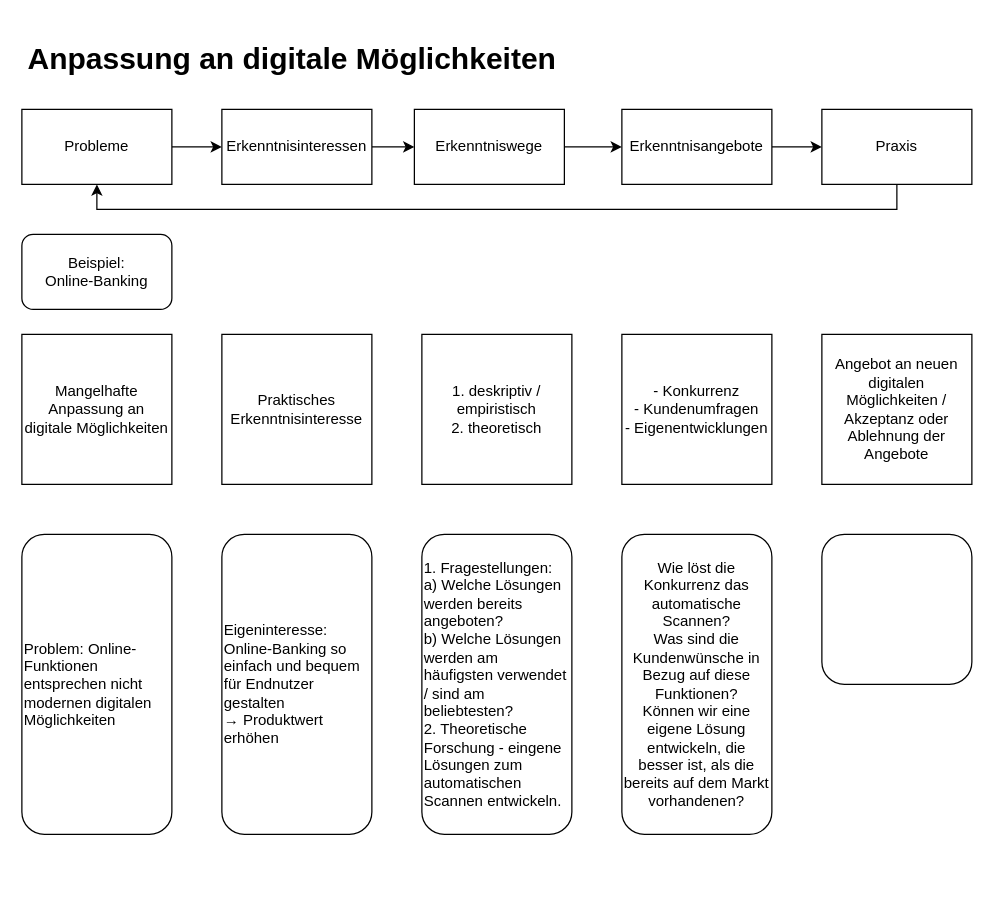
Before: Unbenanntes Diagramm.drawio in martinbro2021/diagrams, a draw.io diagram. Source tidied: cells renumbered, new cells numbered last; positions are measured from the earlier drawing's top-left corner, leaving out a move shared by most shapes. Both pictures are drawn from the tidied source at 125%, with x=0, y=0 at pixel (21, 34).
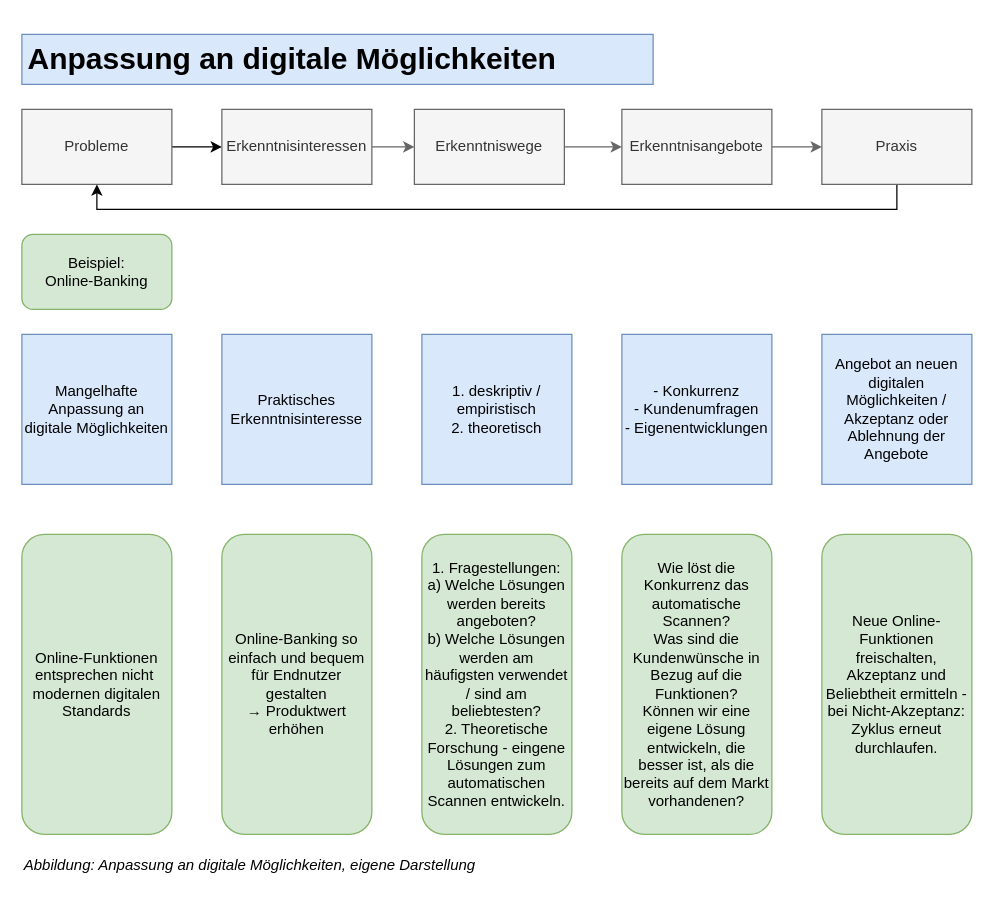
Above is the later version.

The edit, as a diff of the source:
```diff
@@
-    <mxCell id="3" value="Probleme" style="rounded=0;whiteSpace=wrap;html=1;" parent="1" vertex="1">
+    <mxCell id="3" value="Probleme" style="rounded=0;whiteSpace=wrap;html=1;fillColor=#f5f5f5;fontColor=#333333;strokeColor=#666666;" parent="1" vertex="1">
       <mxGeometry y="60" width="120" height="60" as="geometry" />
     </mxCell>
-    <mxCell id="4" style="edgeStyle=orthogonalEdgeStyle;rounded=0;jettySize=auto;html=1;" parent="1" edge="1" source="5" target="11">
+    <mxCell id="4" style="edgeStyle=orthogonalEdgeStyle;rounded=0;jettySize=auto;html=1;fillColor=#f5f5f5;strokeColor=#666666;" parent="1" edge="1" source="5" target="11">
       <mxGeometry relative="1" as="geometry" />
     </mxCell>
-    <mxCell id="5" value="Erkenntnisinteressen" style="rounded=0;whiteSpace=wrap;html=1;" parent="1" vertex="1">
+    <mxCell id="5" value="Erkenntnisinteressen" style="rounded=0;whiteSpace=wrap;html=1;fillColor=#f5f5f5;fontColor=#333333;strokeColor=#666666;" parent="1" vertex="1">
       <mxGeometry x="160" y="60" width="120" height="60" as="geometry" />
     </mxCell>
@@
-    <mxCell id="7" value="Praxis" style="rounded=0;whiteSpace=wrap;html=1;" parent="1" vertex="1">
+    <mxCell id="7" value="Praxis" style="rounded=0;whiteSpace=wrap;html=1;fillColor=#f5f5f5;fontColor=#333333;strokeColor=#666666;" parent="1" vertex="1">
       <mxGeometry x="640" y="60" width="120" height="60" as="geometry" />
     </mxCell>
-    <mxCell id="8" style="edgeStyle=orthogonalEdgeStyle;rounded=0;jettySize=auto;html=1;" parent="1" edge="1" source="9" target="7">
+    <mxCell id="8" style="edgeStyle=orthogonalEdgeStyle;rounded=0;jettySize=auto;html=1;fillColor=#f5f5f5;strokeColor=#666666;" parent="1" edge="1" source="9" target="7">
       <mxGeometry relative="1" as="geometry" />
     </mxCell>
-    <mxCell id="9" value="Erkenntnisangebote" style="rounded=0;whiteSpace=wrap;html=1;" parent="1" vertex="1">
+    <mxCell id="9" value="Erkenntnisangebote" style="rounded=0;whiteSpace=wrap;html=1;fillColor=#f5f5f5;fontColor=#333333;strokeColor=#666666;" parent="1" vertex="1">
       <mxGeometry x="480" y="60" width="120" height="60" as="geometry" />
     </mxCell>
-    <mxCell id="10" style="edgeStyle=orthogonalEdgeStyle;rounded=0;jettySize=auto;html=1;" parent="1" edge="1" source="11" target="9">
+    <mxCell id="10" style="edgeStyle=orthogonalEdgeStyle;rounded=0;jettySize=auto;html=1;fillColor=#f5f5f5;strokeColor=#666666;" parent="1" edge="1" source="11" target="9">
       <mxGeometry relative="1" as="geometry" />
     </mxCell>
-    <mxCell id="11" value="Erkenntniswege" style="rounded=0;whiteSpace=wrap;html=1;" parent="1" vertex="1">
+    <mxCell id="11" value="Erkenntniswege" style="rounded=0;whiteSpace=wrap;html=1;fillColor=#f5f5f5;fontColor=#333333;strokeColor=#666666;" parent="1" vertex="1">
       <mxGeometry x="314" y="60" width="120" height="60" as="geometry" />
     </mxCell>
-    <mxCell id="12" value="&lt;div style=&quot;&quot;&gt;&lt;span style=&quot;background-color: initial;&quot;&gt;Mangelhafte Anpassung an digitale Möglichkeiten&lt;/span&gt;&lt;/div&gt;" style="whiteSpace=wrap;html=1;align=center;" parent="1" vertex="1">
+    <mxCell id="12" value="&lt;div style=&quot;&quot;&gt;&lt;span style=&quot;background-color: initial;&quot;&gt;Mangelhafte Anpassung an digitale Möglichkeiten&lt;/span&gt;&lt;/div&gt;" style="whiteSpace=wrap;html=1;align=center;fillColor=#dae8fc;strokeColor=#6c8ebf;" parent="1" vertex="1">
       <mxGeometry y="240" width="120" height="120" as="geometry" />
     </mxCell>
-    <mxCell id="13" value="Angebot an neuen digitalen Möglichkeiten /&lt;br&gt;Akzeptanz oder Ablehnung der Angebote" style="whiteSpace=wrap;html=1;" parent="1" vertex="1">
+    <mxCell id="13" value="Angebot an neuen digitalen Möglichkeiten /&lt;br&gt;Akzeptanz oder Ablehnung der Angebote" style="whiteSpace=wrap;html=1;fillColor=#dae8fc;strokeColor=#6c8ebf;" parent="1" vertex="1">
       <mxGeometry x="640" y="240" width="120" height="120" as="geometry" />
     </mxCell>
-    <mxCell id="14" value="- Konkurrenz&lt;br&gt;- Kundenumfragen&lt;br&gt;- Eigenentwicklungen" style="whiteSpace=wrap;html=1;" parent="1" vertex="1">
+    <mxCell id="14" value="- Konkurrenz&lt;br&gt;- Kundenumfragen&lt;br&gt;- Eigenentwicklungen" style="whiteSpace=wrap;html=1;fillColor=#dae8fc;strokeColor=#6c8ebf;" parent="1" vertex="1">
       <mxGeometry x="480" y="240" width="120" height="120" as="geometry" />
     </mxCell>
-    <mxCell id="15" value="&lt;div style=&quot;&quot;&gt;&lt;span style=&quot;background-color: initial;&quot;&gt;1. deskriptiv / empiristisch&lt;/span&gt;&lt;/div&gt;&lt;div style=&quot;&quot;&gt;&lt;span style=&quot;background-color: initial;&quot;&gt;2. theoretisch&lt;/span&gt;&lt;/div&gt;" style="whiteSpace=wrap;html=1;align=center;" parent="1" vertex="1">
+    <mxCell id="15" value="&lt;div style=&quot;&quot;&gt;&lt;span style=&quot;background-color: initial;&quot;&gt;1. deskriptiv / empiristisch&lt;/span&gt;&lt;/div&gt;&lt;div style=&quot;&quot;&gt;&lt;span style=&quot;background-color: initial;&quot;&gt;2. theoretisch&lt;/span&gt;&lt;/div&gt;" style="whiteSpace=wrap;html=1;align=center;fillColor=#dae8fc;strokeColor=#6c8ebf;" parent="1" vertex="1">
       <mxGeometry x="320" y="240" width="120" height="120" as="geometry" />
     </mxCell>
-    <mxCell id="16" value="Praktisches Erkenntnisinteresse" style="whiteSpace=wrap;html=1;" parent="1" vertex="1">
+    <mxCell id="16" value="Praktisches Erkenntnisinteresse" style="whiteSpace=wrap;html=1;fillColor=#dae8fc;strokeColor=#6c8ebf;" parent="1" vertex="1">
       <mxGeometry x="160" y="240" width="120" height="120" as="geometry" />
     </mxCell>
-    <mxCell id="17" value="Problem: Online-Funktionen entsprechen nicht&amp;nbsp;&lt;br&gt;modernen digitalen Möglichkeiten" style="rounded=1;whiteSpace=wrap;html=1;align=left;" parent="1" vertex="1">
+    <mxCell id="17" value="Online-Funktionen entsprechen nicht&amp;nbsp;&lt;br&gt;modernen digitalen Standards" style="rounded=1;whiteSpace=wrap;html=1;align=center;fillColor=#d5e8d4;strokeColor=#82b366;" parent="1" vertex="1">
       <mxGeometry y="400" width="120" height="240" as="geometry" />
     </mxCell>
-    <mxCell id="18" style="rounded=1;whiteSpace=wrap;html=1;" parent="1" vertex="1">
-      <mxGeometry x="640" y="400" width="120" height="120" as="geometry" />
-    </mxCell>
-    <mxCell id="19" value="Wie löst die Konkurrenz das automatische Scannen?&lt;br&gt;Was sind die Kundenwünsche in Bezug auf diese Funktionen?&lt;br&gt;Können wir eine eigene Lösung entwickeln, die besser ist, als die bereits auf dem Markt vorhandenen?" style="rounded=1;whiteSpace=wrap;html=1;" parent="1" vertex="1">
+    <mxCell id="19" value="Wie löst die Konkurrenz das automatische Scannen?&lt;br&gt;Was sind die Kundenwünsche in Bezug auf die Funktionen?&lt;br&gt;Können wir eine eigene Lösung entwickeln, die besser ist, als die bereits auf dem Markt vorhandenen?" style="rounded=1;whiteSpace=wrap;html=1;fillColor=#d5e8d4;strokeColor=#82b366;" parent="1" vertex="1">
       <mxGeometry x="480" y="400" width="120" height="240" as="geometry" />
     </mxCell>
-    <mxCell id="20" value="Eigeninteresse:&lt;br&gt;Online-Banking so einfach und bequem für Endnutzer gestalten&lt;br&gt;→ Produktwert erhöhen" style="rounded=1;whiteSpace=wrap;html=1;align=left;" parent="1" vertex="1">
+    <mxCell id="20" value="Online-Banking so einfach und bequem für Endnutzer gestalten&lt;br&gt;→ Produktwert erhöhen" style="rounded=1;whiteSpace=wrap;html=1;align=center;fillColor=#d5e8d4;strokeColor=#82b366;" parent="1" vertex="1">
       <mxGeometry x="160" y="400" width="120" height="240" as="geometry" />
     </mxCell>
-    <mxCell id="21" value="1. Fragestellungen:&lt;br&gt;&lt;span style=&quot;background-color: initial;&quot;&gt;a) Welche Lösungen werden bereits angeboten?&lt;/span&gt;&lt;br&gt;&lt;span style=&quot;background-color: initial;&quot;&gt;b) Welche Lösungen werden am häufigsten verwendet / sind am beliebtesten?&lt;/span&gt;&lt;br&gt;2. Theoretische Forschung - eingene Lösungen zum automatischen Scannen entwickeln." style="rounded=1;whiteSpace=wrap;html=1;align=left;" parent="1" vertex="1">
+    <mxCell id="21" value="1. Fragestellungen:&lt;br&gt;&lt;span style=&quot;background-color: initial;&quot;&gt;a) Welche Lösungen werden bereits angeboten?&lt;/span&gt;&lt;br&gt;&lt;span style=&quot;background-color: initial;&quot;&gt;b) Welche Lösungen werden am häufigsten verwendet / sind am beliebtesten?&lt;/span&gt;&lt;br&gt;2. Theoretische Forschung - eingene Lösungen zum automatischen Scannen entwickeln." style="rounded=1;whiteSpace=wrap;html=1;align=center;fillColor=#d5e8d4;strokeColor=#82b366;" parent="1" vertex="1">
       <mxGeometry x="320" y="400" width="120" height="240" as="geometry" />
     </mxCell>
-    <mxCell id="22" value="Beispiel:&lt;br&gt;Online-Banking" style="rounded=1;whiteSpace=wrap;html=1;" parent="1" vertex="1">
+    <mxCell id="22" value="Beispiel:&lt;br&gt;Online-Banking" style="rounded=1;whiteSpace=wrap;html=1;fillColor=#d5e8d4;strokeColor=#82b366;" parent="1" vertex="1">
       <mxGeometry y="160" width="120" height="60" as="geometry" />
     </mxCell>
-    <mxCell id="23" value="&lt;h1&gt;Anpassung an digitale Möglichkeiten&lt;/h1&gt;" style="text;html=1;strokeColor=none;fillColor=none;spacing=5;spacingTop=-20;whiteSpace=wrap;overflow=hidden;rounded=0;" parent="1" vertex="1">
+    <mxCell id="23" value="&lt;h1&gt;Anpassung an digitale Möglichkeiten&lt;/h1&gt;" style="text;html=1;strokeColor=#6c8ebf;fillColor=#dae8fc;spacing=5;spacingTop=-20;whiteSpace=wrap;overflow=hidden;rounded=0;" parent="1" vertex="1">
       <mxGeometry width="505" height="40" as="geometry" />
     </mxCell>
+    <mxCell id="24" value="Neue Online-Funktionen freischalten, Akzeptanz und Beliebtheit ermitteln -&lt;br&gt;bei Nicht-Akzeptanz:&lt;br&gt;Zyklus erneut durchlaufen." style="rounded=1;whiteSpace=wrap;html=1;fillColor=#d5e8d4;strokeColor=#82b366;" parent="1" vertex="1">
+      <mxGeometry x="640" y="400" width="120" height="240" as="geometry" />
+    </mxCell>
+    <mxCell id="25" value="&lt;i&gt;Abbildung: Anpassung an digitale Möglichkeiten, eigene Darstellung&lt;/i&gt;" style="text;html=1;strokeColor=none;fillColor=none;align=left;verticalAlign=middle;whiteSpace=wrap;rounded=0;" parent="1" vertex="1">
+      <mxGeometry y="650" width="410" height="30" as="geometry" />
+    </mxCell>
```
